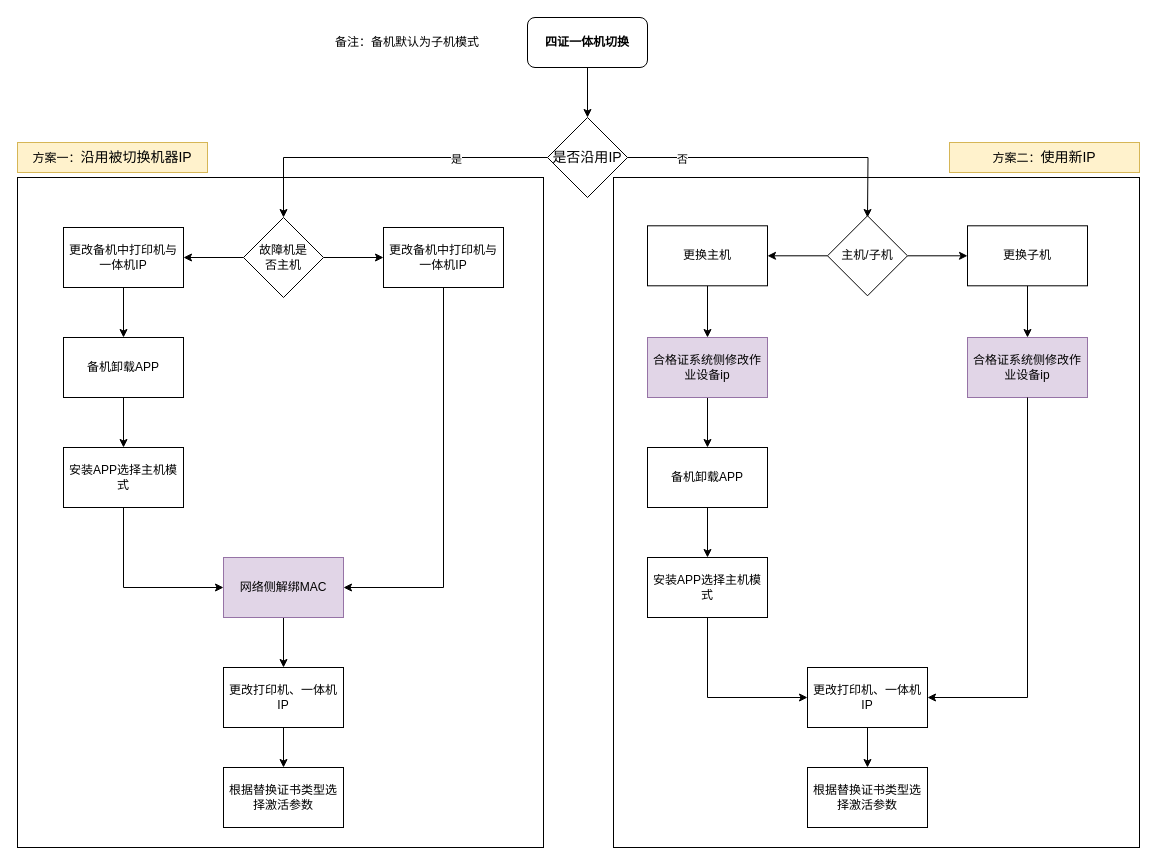
fgh2894/fgh2894.github.io keeps this draw.io diagram as page "第 2 页" (2 of 3) of 未命名绘图.drawio. Above is the earlier version. Source tidied: cells renumbered, new cells numbered last; positions are measured from the earlier drawing's top-left corner, leaving out a move shared by most shapes. Both pictures are drawn from the tidied source at 100%, with x=0, y=0 at pixel (17, 17).
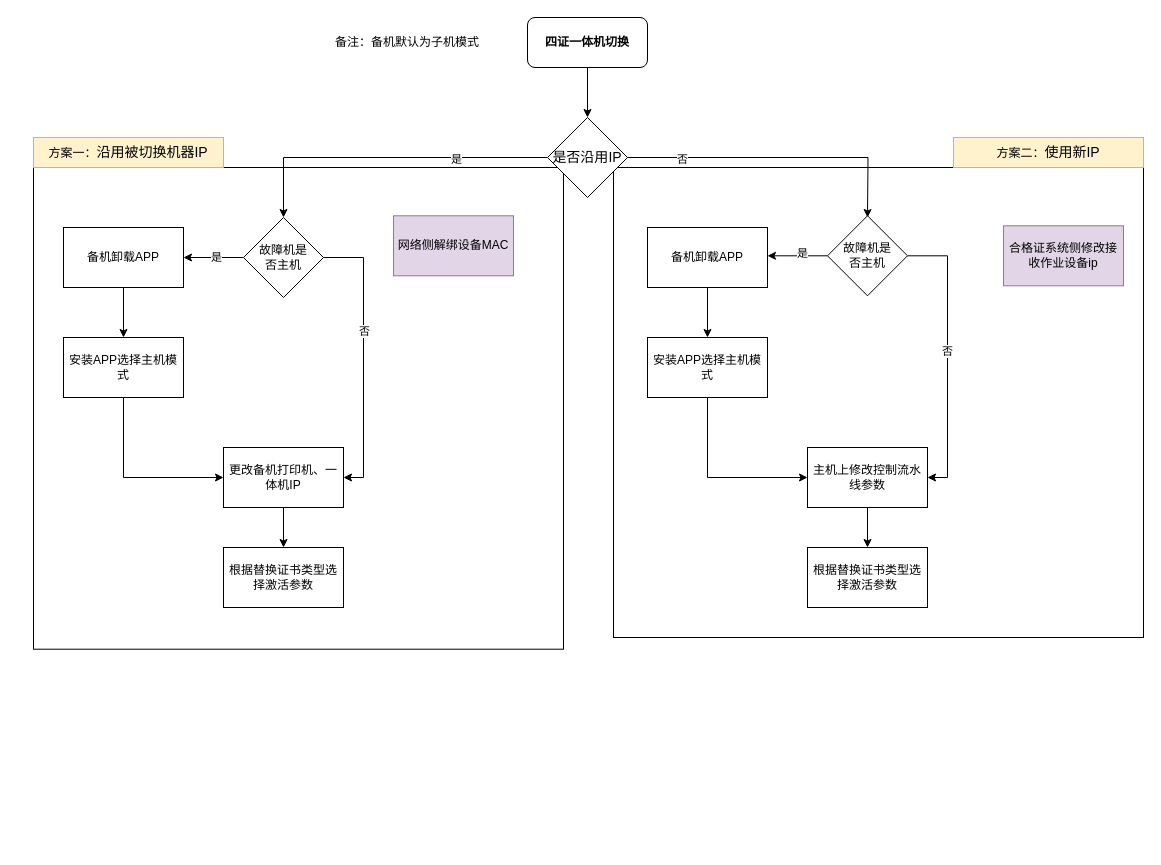
Above is the later version.

Unchanged cells that the change refers to:
```xml
<mxCell id="13" value="故障机是&lt;div&gt;否主机&lt;/div&gt;" style="rhombus;whiteSpace=wrap;html=1;" parent="1" vertex="1">
  <mxGeometry x="226" y="200" width="80" height="80" as="geometry" />
</mxCell>
```

The edit, as a diff of the source:
```diff
@@
-    <mxCell id="2" style="rounded=0;whiteSpace=wrap;html=1;" parent="1" vertex="1">
-      <mxGeometry x="596" y="160" width="526" height="670" as="geometry" />
-    </mxCell>
-    <mxCell id="3" style="rounded=0;whiteSpace=wrap;html=1;" parent="1" vertex="1">
-      <mxGeometry y="160" width="526" height="670" as="geometry" />
-    </mxCell>
+    <mxCell id="50" style="rounded=0;whiteSpace=wrap;html=1;" parent="1" vertex="1">
+      <mxGeometry x="16" y="150" width="530" height="481.7" as="geometry" />
+    </mxCell>
+    <mxCell id="51" style="rounded=0;whiteSpace=wrap;html=1;" parent="1" vertex="1">
+      <mxGeometry x="596" y="150" width="530" height="470" as="geometry" />
+    </mxCell>
@@
-    <mxCell id="11" style="edgeStyle=orthogonalEdgeStyle;rounded=0;jettySize=auto;html=1;" parent="1" edge="1" source="13" target="15">
-      <mxGeometry relative="1" as="geometry" />
+    <mxCell id="11" style="edgeStyle=orthogonalEdgeStyle;rounded=0;jettySize=auto;html=1;" parent="1" edge="1" source="13">
+      <mxGeometry relative="1" as="geometry">
+        <mxPoint x="166" y="240" as="targetPoint" />
+      </mxGeometry>
     </mxCell>
+    <mxCell id="52" value="是" style="edgeLabel;html=1;align=center;verticalAlign=middle;" parent="11" vertex="1">
+      <mxGeometry x="-0.08" y="-1" relative="1" as="geometry" />
+    </mxCell>
-    <mxCell id="12" style="edgeStyle=orthogonalEdgeStyle;rounded=0;jettySize=auto;html=1;" parent="1" edge="1" source="13" target="16">
-      <mxGeometry relative="1" as="geometry" />
+    <mxCell id="12" style="edgeStyle=orthogonalEdgeStyle;rounded=0;jettySize=auto;html=1;entryX=1;entryY=0.5;entryDx=0;entryDy=0;" parent="1" edge="1" source="13" target="23">
+      <mxGeometry relative="1" as="geometry">
+        <Array as="points">
+          <mxPoint x="346" y="240" />
+          <mxPoint x="346" y="460" />
+        </Array>
+      </mxGeometry>
     </mxCell>
+    <mxCell id="53" value="否" style="edgeLabel;html=1;align=center;verticalAlign=middle;" parent="12" vertex="1">
+      <mxGeometry x="-0.19" relative="1" as="geometry" />
+    </mxCell>
@@
-    <mxCell id="14" style="edgeStyle=orthogonalEdgeStyle;rounded=0;jettySize=auto;html=1;" parent="1" edge="1" source="15" target="20">
-      <mxGeometry relative="1" as="geometry" />
-    </mxCell>
-    <mxCell id="15" value="更改备机中打印机与一体机IP" style="whiteSpace=wrap;html=1;" parent="1" vertex="1">
-      <mxGeometry x="46" y="210" width="120" height="60" as="geometry" />
-    </mxCell>
-    <mxCell id="16" value="更改备机中打印机与一体机IP" style="whiteSpace=wrap;html=1;" parent="1" vertex="1">
-      <mxGeometry x="366" y="210" width="120" height="60" as="geometry" />
-    </mxCell>
-    <mxCell id="17" style="edgeStyle=orthogonalEdgeStyle;rounded=0;jettySize=auto;html=1;" parent="1" edge="1" source="18" target="23">
-      <mxGeometry relative="1" as="geometry" />
-    </mxCell>
-    <mxCell id="18" value="网络侧解绑MAC" style="whiteSpace=wrap;html=1;fillColor=#e1d5e7;strokeColor=#9673a6;" parent="1" vertex="1">
-      <mxGeometry x="206" y="540" width="120" height="60" as="geometry" />
+    <mxCell id="18" value="网络侧解绑设备MAC" style="whiteSpace=wrap;html=1;fillColor=#e1d5e7;strokeColor=#9673a6;" parent="1" vertex="1">
+      <mxGeometry x="376" y="198.3" width="120" height="60" as="geometry" />
     </mxCell>
@@
     <mxCell id="20" value="备机卸载APP" style="whiteSpace=wrap;html=1;" parent="1" vertex="1">
-      <mxGeometry x="46" y="320" width="120" height="60" as="geometry" />
+      <mxGeometry x="46" y="210" width="120" height="60" as="geometry" />
     </mxCell>
     <mxCell id="21" value="安装APP选择主机模式" style="whiteSpace=wrap;html=1;" parent="1" vertex="1">
-      <mxGeometry x="46" y="430" width="120" height="60" as="geometry" />
+      <mxGeometry x="46" y="320" width="120" height="60" as="geometry" />
     </mxCell>
@@
-    <mxCell id="23" value="更改打印机、一体机IP" style="whiteSpace=wrap;html=1;" parent="1" vertex="1">
-      <mxGeometry x="206" y="650" width="120" height="60" as="geometry" />
+    <mxCell id="23" value="更改备机打印机、一体机IP" style="whiteSpace=wrap;html=1;" parent="1" vertex="1">
+      <mxGeometry x="206" y="430" width="120" height="60" as="geometry" />
     </mxCell>
@@
     <mxCell id="25" value="方案一：&lt;font style=&quot;font-family: 宋体; font-size: 10.5pt; background-color: transparent; color: light-dark(rgb(0, 0, 0), rgb(255, 255, 255));&quot; face=&quot;宋体&quot;&gt;沿用被切换机器&lt;/font&gt;&lt;font style=&quot;font-size: 10.5pt; background-color: transparent; color: light-dark(rgb(0, 0, 0), rgb(255, 255, 255));&quot; face=&quot;Calibri&quot;&gt;IP&lt;/font&gt;" style="text;html=1;align=center;verticalAlign=middle;whiteSpace=wrap;rounded=0;fillColor=#fff2cc;strokeColor=#d6b656;" parent="1" vertex="1">
-      <mxGeometry y="125" width="190" height="30" as="geometry" />
+      <mxGeometry x="16" y="120" width="190" height="30" as="geometry" />
     </mxCell>
     <mxCell id="26" value="方案二：&lt;font face=&quot;宋体&quot;&gt;&lt;span style=&quot;font-size: 14px;&quot;&gt;使用新IP&lt;/span&gt;&lt;/font&gt;" style="text;html=1;align=center;verticalAlign=middle;whiteSpace=wrap;rounded=0;fillColor=#fff2cc;strokeColor=#d6b656;" parent="1" vertex="1">
-      <mxGeometry x="932" y="125" width="190" height="30" as="geometry" />
+      <mxGeometry x="936" y="120" width="190" height="30" as="geometry" />
     </mxCell>
@@
-    <mxCell id="28" style="endArrow=classic;html=1;rounded=0;exitX=0.5;exitY=1;exitDx=0;exitDy=0;entryX=0;entryY=0.5;entryDx=0;entryDy=0;" parent="1" edge="1" source="21" target="18">
-      <mxGeometry relative="1" as="geometry">
-        <Array as="points">
-          <mxPoint x="106" y="570" />
-        </Array>
-      </mxGeometry>
-    </mxCell>
-    <mxCell id="29" style="endArrow=classic;html=1;rounded=0;exitX=0.5;exitY=1;exitDx=0;exitDy=0;entryX=1;entryY=0.5;entryDx=0;entryDy=0;" parent="1" edge="1" source="16" target="18">
-      <mxGeometry relative="1" as="geometry">
-        <Array as="points">
-          <mxPoint x="426" y="570" />
-        </Array>
-      </mxGeometry>
-    </mxCell>
-    <mxCell id="30" style="edgeStyle=orthogonalEdgeStyle;rounded=0;jettySize=auto;html=1;" parent="1" edge="1" source="32" target="34">
-      <mxGeometry relative="1" as="geometry" />
+    <mxCell id="30" style="edgeStyle=orthogonalEdgeStyle;rounded=0;jettySize=auto;html=1;" parent="1" edge="1" source="32">
+      <mxGeometry relative="1" as="geometry">
+        <mxPoint x="750" y="238.3" as="targetPoint" />
+      </mxGeometry>
     </mxCell>
+    <mxCell id="54" value="是" style="edgeLabel;html=1;align=center;verticalAlign=middle;" parent="30" vertex="1">
+      <mxGeometry x="-0.16" y="-3" relative="1" as="geometry">
+        <mxPoint x="-1" as="offset" />
+      </mxGeometry>
+    </mxCell>
-    <mxCell id="31" style="edgeStyle=orthogonalEdgeStyle;rounded=0;jettySize=auto;html=1;" parent="1" edge="1" source="32" target="36">
+    <mxCell id="31" style="edgeStyle=orthogonalEdgeStyle;rounded=0;jettySize=auto;html=1;entryX=1;entryY=0.5;entryDx=0;entryDy=0;exitX=1;exitY=0.5;exitDx=0;exitDy=0;" parent="1" edge="1" source="32" target="38">
       <mxGeometry relative="1" as="geometry" />
     </mxCell>
+    <mxCell id="55" value="否" style="edgeLabel;html=1;align=center;verticalAlign=middle;" parent="31" vertex="1">
+      <mxGeometry x="-0.04" y="-1" relative="1" as="geometry" />
+    </mxCell>
-    <mxCell id="32" value="主机/子机" style="rhombus;whiteSpace=wrap;html=1;" parent="1" vertex="1">
+    <mxCell id="32" value="故障机是&lt;div&gt;否主机&lt;/div&gt;" style="rhombus;whiteSpace=wrap;html=1;" parent="1" vertex="1">
       <mxGeometry x="810" y="198.3" width="80" height="80" as="geometry" />
     </mxCell>
-    <mxCell id="33" style="edgeStyle=orthogonalEdgeStyle;rounded=0;jettySize=auto;html=1;" parent="1" edge="1" source="34" target="45">
-      <mxGeometry relative="1" as="geometry" />
-    </mxCell>
-    <mxCell id="34" value="更换主机" style="whiteSpace=wrap;html=1;" parent="1" vertex="1">
-      <mxGeometry x="630" y="208.3" width="120" height="60" as="geometry" />
-    </mxCell>
-    <mxCell id="35" style="edgeStyle=orthogonalEdgeStyle;rounded=0;jettySize=auto;html=1;" parent="1" edge="1" source="36" target="46">
-      <mxGeometry relative="1" as="geometry" />
-    </mxCell>
-    <mxCell id="36" value="更换子机" style="whiteSpace=wrap;html=1;" parent="1" vertex="1">
-      <mxGeometry x="950" y="208.3" width="120" height="60" as="geometry" />
-    </mxCell>
@@
-    <mxCell id="38" value="更改打印机、一体机IP" style="whiteSpace=wrap;html=1;" parent="1" vertex="1">
-      <mxGeometry x="790" y="650" width="120" height="60" as="geometry" />
+    <mxCell id="38" value="主机上修改控制流水线参数" style="whiteSpace=wrap;html=1;" parent="1" vertex="1">
+      <mxGeometry x="790" y="430" width="120" height="60" as="geometry" />
     </mxCell>
@@
     <mxCell id="40" value="备机卸载APP" style="whiteSpace=wrap;html=1;" parent="1" vertex="1">
-      <mxGeometry x="630" y="430" width="120" height="60" as="geometry" />
+      <mxGeometry x="630" y="210" width="120" height="60" as="geometry" />
     </mxCell>
     <mxCell id="41" value="安装APP选择主机模式" style="whiteSpace=wrap;html=1;" parent="1" vertex="1">
-      <mxGeometry x="630" y="540" width="120" height="60" as="geometry" />
+      <mxGeometry x="630" y="320" width="120" height="60" as="geometry" />
     </mxCell>
     <mxCell id="42" value="根据替换证书类型选择激活参数" style="whiteSpace=wrap;html=1;" parent="1" vertex="1">
-      <mxGeometry x="790" y="750" width="120" height="60" as="geometry" />
+      <mxGeometry x="790" y="530" width="120" height="60" as="geometry" />
     </mxCell>
@@
-    <mxCell id="44" style="edgeStyle=orthogonalEdgeStyle;rounded=0;jettySize=auto;html=1;" parent="1" edge="1" source="45" target="40">
-      <mxGeometry relative="1" as="geometry" />
-    </mxCell>
-    <mxCell id="45" value="合格证系统侧修改作业设备ip" style="rounded=0;whiteSpace=wrap;html=1;fillColor=#e1d5e7;strokeColor=#9673a6;" parent="1" vertex="1">
-      <mxGeometry x="630" y="320" width="120" height="60" as="geometry" />
-    </mxCell>
-    <mxCell id="46" value="合格证系统侧修改作业设备ip" style="rounded=0;whiteSpace=wrap;html=1;fillColor=#e1d5e7;strokeColor=#9673a6;" parent="1" vertex="1">
-      <mxGeometry x="950" y="320" width="120" height="60" as="geometry" />
+    <mxCell id="46" value="合格证系统侧修改接收作业设备ip" style="rounded=0;whiteSpace=wrap;html=1;fillColor=#e1d5e7;strokeColor=#9673a6;" parent="1" vertex="1">
+      <mxGeometry x="986" y="208.3" width="120" height="60" as="geometry" />
     </mxCell>
     <mxCell id="47" style="endArrow=classic;html=1;rounded=0;exitX=0.5;exitY=1;exitDx=0;exitDy=0;entryX=0;entryY=0.5;entryDx=0;entryDy=0;" parent="1" edge="1" source="41" target="38">
       <mxGeometry relative="1" as="geometry">
         <Array as="points">
-          <mxPoint x="690" y="680" />
+          <mxPoint x="690" y="460" />
         </Array>
       </mxGeometry>
     </mxCell>
-    <mxCell id="48" style="endArrow=classic;html=1;rounded=0;exitX=0.5;exitY=1;exitDx=0;exitDy=0;entryX=1;entryY=0.5;entryDx=0;entryDy=0;" parent="1" edge="1" source="46" target="38">
-      <mxGeometry relative="1" as="geometry">
-        <Array as="points">
-          <mxPoint x="1010" y="680" />
-        </Array>
-      </mxGeometry>
-    </mxCell>
     <mxCell id="49" value="根据替换证书类型选择激活参数" style="rounded=0;whiteSpace=wrap;html=1;" parent="1" vertex="1">
-      <mxGeometry x="206" y="750" width="120" height="60" as="geometry" />
+      <mxGeometry x="206" y="530" width="120" height="60" as="geometry" />
     </mxCell>
+    <mxCell id="56" style="endArrow=classic;html=1;rounded=0;exitX=0.5;exitY=1;exitDx=0;exitDy=0;entryX=0;entryY=0.5;entryDx=0;entryDy=0;" parent="1" edge="1" source="21" target="23">
+      <mxGeometry relative="1" as="geometry">
+        <Array as="points">
+          <mxPoint x="106" y="460" />
+        </Array>
+      </mxGeometry>
+    </mxCell>
```
